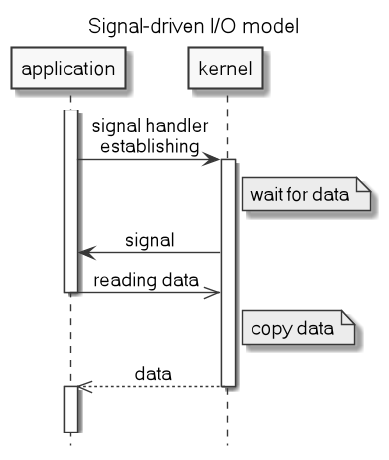
c0p4c4b4n4/demo-sockets-io-nio-nio2 keeps this PlantUML diagram as .images/signal_driven_IO_model.png. Above is the earlier version.
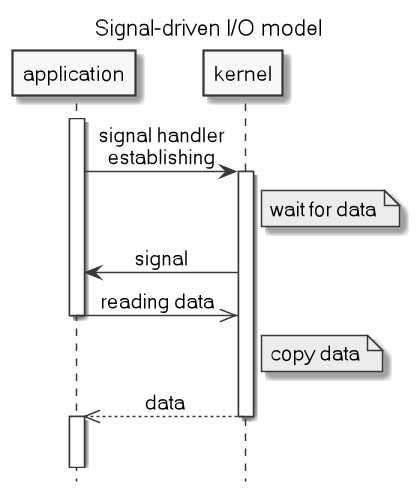
Above is the later version.

Diff of the diagram source:
```diff
@@ -7,6 +7,7 @@
 skinparam titleFontSize 15
 skinparam sequenceMessageAlign center
 activate application
+
 application->kernel: signal handler\nestablishing
 activate kernel
 Note right of kernel: wait for data
@@ -17,6 +18,7 @@
 kernel-->>application: data
 deactivate kernel
 activate application
-||10||
+
+||11||
 kernel -[#white]->]
 @enduml
```
